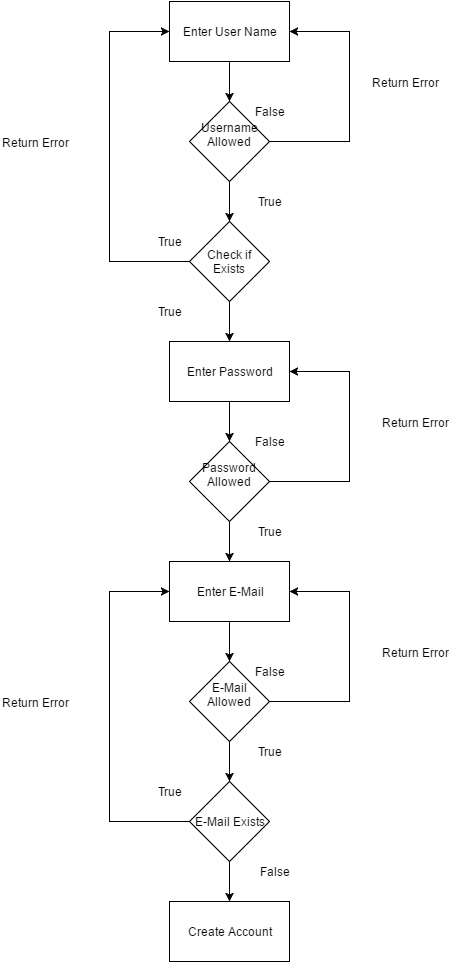
Before: Flowcharts/Flowchart Registration.png, a diagram exported from draw.io (Pbdekeijzer/Project5-6). Source tidied: cells renumbered, new cells last; positions are measured from the earlier drawing's top-left corner, leaving out a move shared by most shapes.
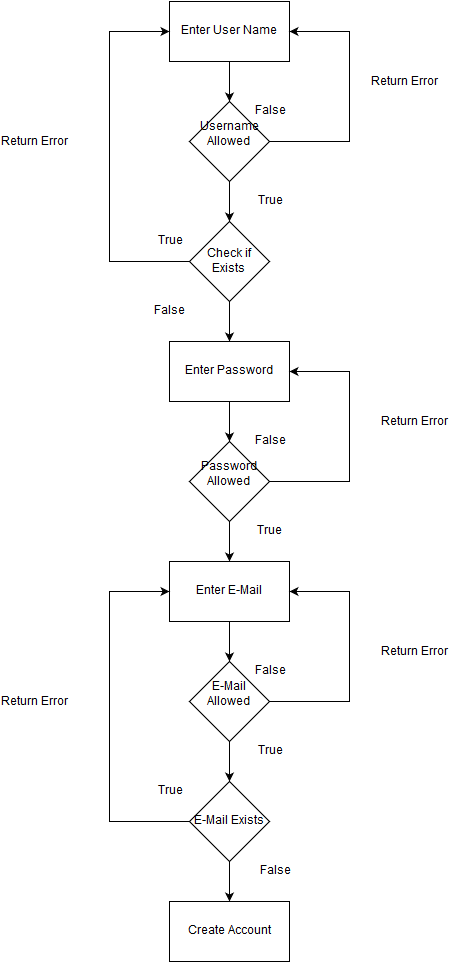
After the commit.

What changed in the source:
```diff
@@ -102,7 +102,7 @@
     <mxCell id="26" value="False" style="text;html=1;strokeColor=none;fillColor=none;align=center;verticalAlign=middle;whiteSpace=wrap;" parent="1" vertex="1">
       <mxGeometry x="260" y="100" width="40" height="20" as="geometry" />
     </mxCell>
-    <mxCell id="27" value="True&lt;br&gt;" style="text;html=1;strokeColor=none;fillColor=none;align=center;verticalAlign=middle;whiteSpace=wrap;" parent="1" vertex="1">
+    <mxCell id="27" value="False&lt;br&gt;" style="text;html=1;strokeColor=none;fillColor=none;align=center;verticalAlign=middle;whiteSpace=wrap;" parent="1" vertex="1">
       <mxGeometry x="160" y="300" width="40" height="20" as="geometry" />
     </mxCell>
     <mxCell id="28" value="False" style="text;html=1;strokeColor=none;fillColor=none;align=center;verticalAlign=middle;whiteSpace=wrap;" parent="1" vertex="1">
```
